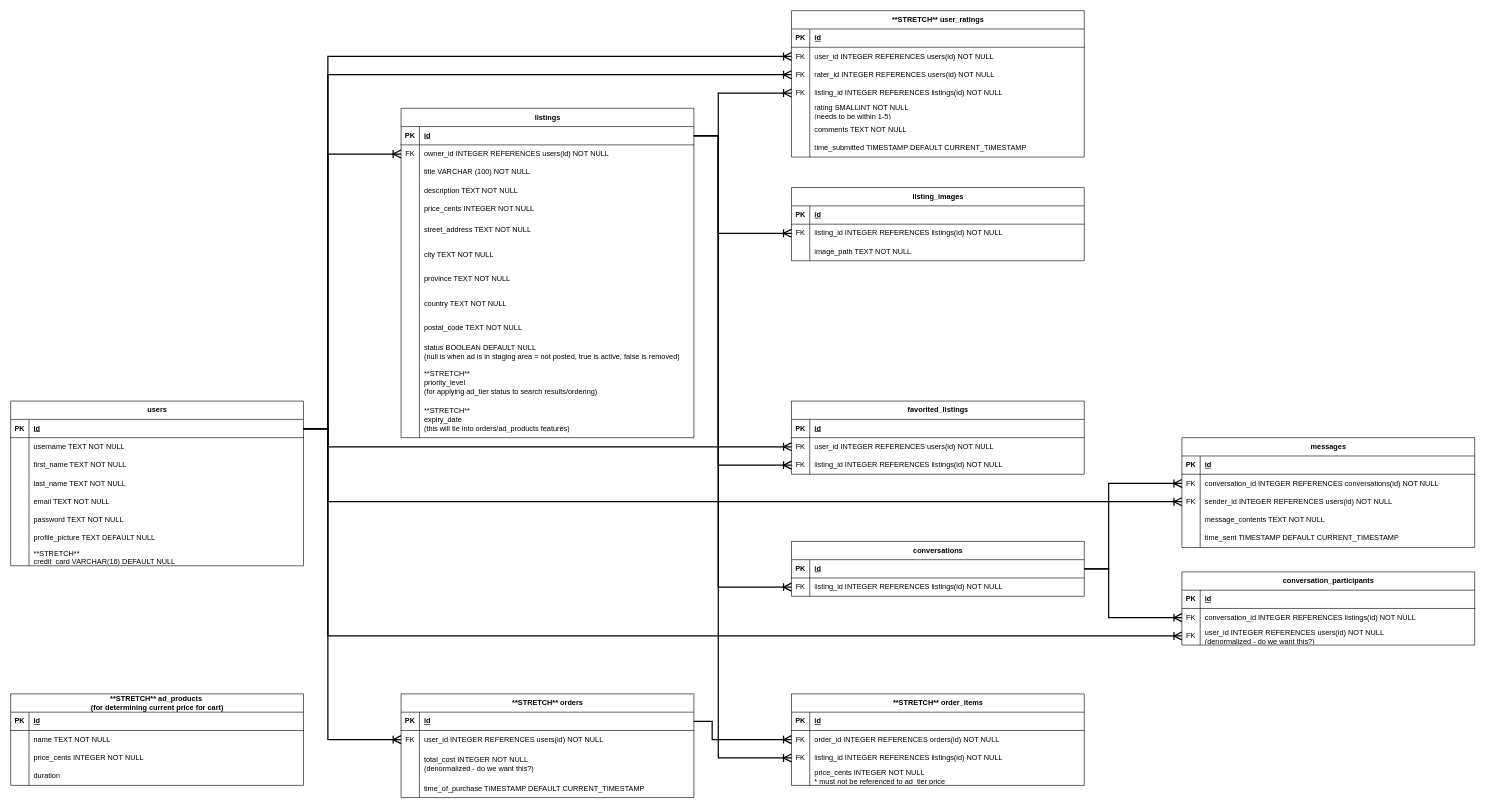
gary92gs/buySellMidterm keeps this draw.io diagram as planning/GS ERD Proposal.drawio. Above is the earlier version. Source tidied: cells renumbered, new cells numbered last; positions are measured from the earlier drawing's top-left corner, leaving out a move shared by most shapes. Both pictures are drawn from the tidied source at 61%, with x=0, y=0 at pixel (10, 10).
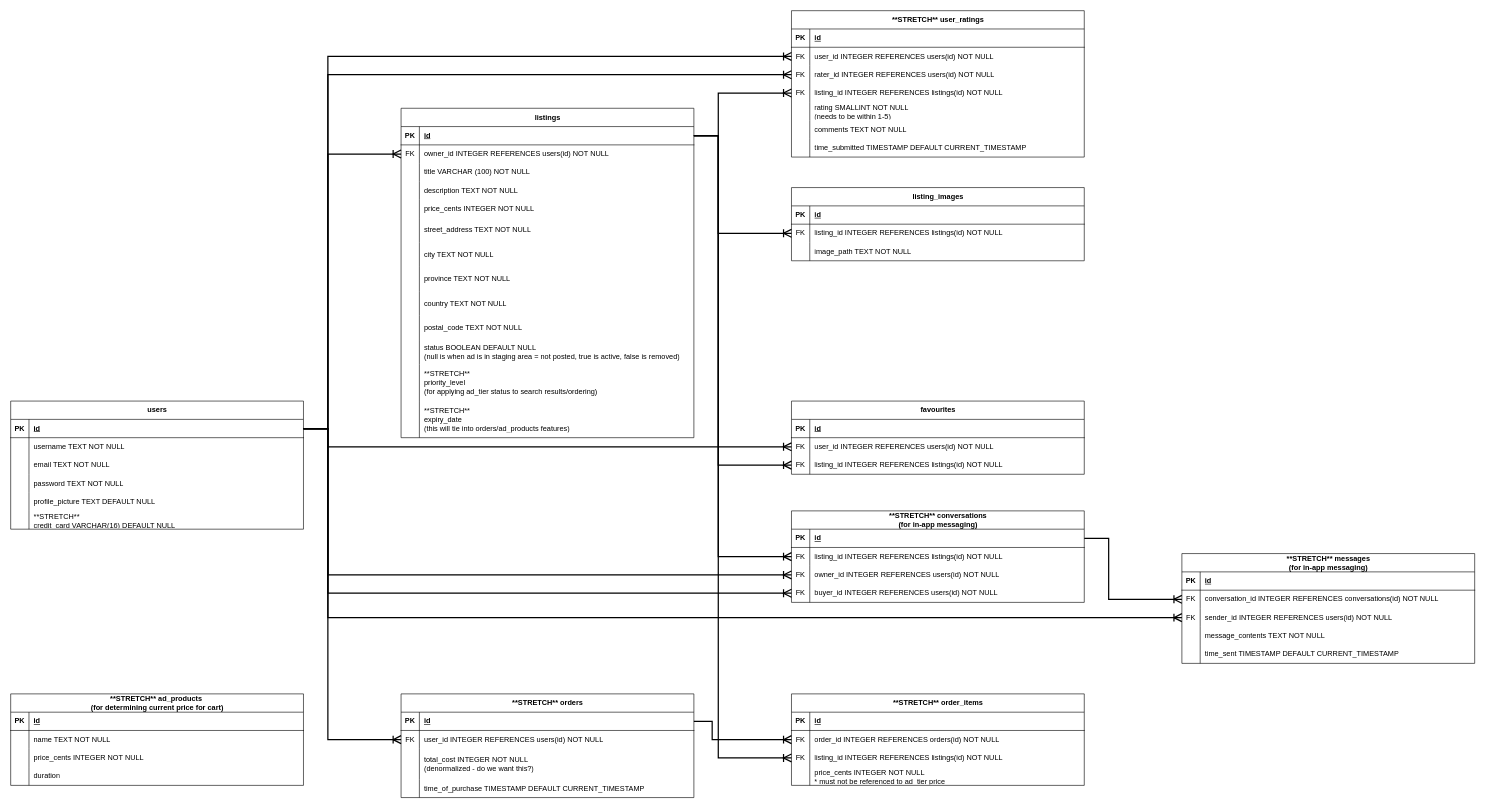
Above is the later version.

Commit message (it also covers changes not shown here):
bring updated erd files to feature/db from master

Unchanged cells that the change refers to:
```xml
<mxCell id="17" style="shape=tableRow;horizontal=0;startSize=0;swimlaneHead=0;swimlaneBody=0;fillColor=none;points=[[0,0.5],[1,0.5]];portConstraint=eastwest;top=0;left=0;right=0;bottom=1;" parent="16" vertex="1">
  <mxGeometry y="30" width="480" height="30" as="geometry" />
</mxCell>
<mxCell id="42" style="shape=tableRow;horizontal=0;startSize=0;swimlaneHead=0;swimlaneBody=0;fillColor=none;points=[[0,0.5],[1,0.5]];portConstraint=eastwest;top=0;left=0;right=0;bottom=1;" parent="41" vertex="1">
  <mxGeometry y="30" width="480" height="30" as="geometry" />
</mxCell>
<mxCell id="85" style="shape=tableRow;horizontal=0;startSize=0;swimlaneHead=0;swimlaneBody=0;fillColor=none;points=[[0,0.5],[1,0.5]];portConstraint=eastwest;top=0;left=0;right=0;bottom=0;" parent="81" vertex="1">
  <mxGeometry y="60" width="480" height="30" as="geometry" />
</mxCell>
<mxCell id="88" style="shape=tableRow;horizontal=0;startSize=0;swimlaneHead=0;swimlaneBody=0;fillColor=none;points=[[0,0.5],[1,0.5]];portConstraint=eastwest;top=0;left=0;right=0;bottom=0;" parent="81" vertex="1">
  <mxGeometry y="90" width="480" height="30" as="geometry" />
</mxCell>
<mxCell id="98" style="shape=tableRow;horizontal=0;startSize=0;swimlaneHead=0;swimlaneBody=0;fillColor=none;points=[[0,0.5],[1,0.5]];portConstraint=eastwest;top=0;left=0;right=0;bottom=1;" parent="97" vertex="1">
  <mxGeometry y="30" width="480" height="30" as="geometry" />
</mxCell>
<mxCell id="101" style="shape=tableRow;horizontal=0;startSize=0;swimlaneHead=0;swimlaneBody=0;fillColor=none;points=[[0,0.5],[1,0.5]];portConstraint=eastwest;top=0;left=0;right=0;bottom=0;" parent="97" vertex="1">
  <mxGeometry y="60" width="480" height="30" as="geometry" />
</mxCell>
```

The edit, as a diff of the source:
```diff
@@
     <mxCell id="16" value="users" style="shape=table;startSize=30;childLayout=tableLayout;rowLines=0;fontStyle=1;align=center;html=1;" parent="1" vertex="1">
-      <mxGeometry y="640" width="480" height="270" as="geometry" />
+      <mxGeometry y="640" width="480" height="210" as="geometry" />
     </mxCell>
@@
-    <mxCell id="23" style="shape=tableRow;horizontal=0;startSize=0;swimlaneHead=0;swimlaneBody=0;fillColor=none;top=0;left=0;right=0;bottom=0;" parent="16" vertex="1">
-      <mxGeometry y="90" width="480" height="30" as="geometry" />
-    </mxCell>
-    <mxCell id="24" style="shape=partialRectangle;fillColor=none;top=0;left=0;bottom=0;right=0;overflow=hidden;whiteSpace=wrap;html=1;" parent="23" vertex="1">
-      <mxGeometry width="30" height="30" as="geometry" />
-    </mxCell>
-    <mxCell id="25" value="first_name TEXT NOT NULL" style="shape=partialRectangle;fillColor=none;top=0;left=0;bottom=0;right=0;align=left;spacingLeft=6;overflow=hidden;whiteSpace=wrap;html=1;" parent="23" vertex="1">
-      <mxGeometry x="30" width="450" height="30" as="geometry" />
-    </mxCell>
-    <mxCell id="26" style="shape=tableRow;horizontal=0;startSize=0;swimlaneHead=0;swimlaneBody=0;fillColor=none;points=[[0,0.5],[1,0.5]];portConstraint=eastwest;top=0;left=0;right=0;bottom=0;" parent="16" vertex="1">
-      <mxGeometry y="120" width="480" height="30" as="geometry" />
-    </mxCell>
-    <mxCell id="27" style="shape=partialRectangle;fillColor=none;top=0;left=0;bottom=0;right=0;overflow=hidden;whiteSpace=wrap;html=1;" parent="26" vertex="1">
-      <mxGeometry width="30" height="30" as="geometry" />
-    </mxCell>
-    <mxCell id="28" value="last_name TEXT NOT NULL" style="shape=partialRectangle;fillColor=none;top=0;left=0;bottom=0;right=0;align=left;spacingLeft=6;overflow=hidden;whiteSpace=wrap;html=1;" parent="26" vertex="1">
-      <mxGeometry x="30" width="450" height="30" as="geometry" />
-    </mxCell>
     <mxCell id="29" style="shape=tableRow;horizontal=0;startSize=0;swimlaneHead=0;swimlaneBody=0;fillColor=none;top=0;left=0;right=0;bottom=0;" parent="16" vertex="1">
-      <mxGeometry y="150" width="480" height="30" as="geometry" />
+      <mxGeometry y="90" width="480" height="30" as="geometry" />
     </mxCell>
@@
     <mxCell id="32" style="shape=tableRow;horizontal=0;startSize=0;swimlaneHead=0;swimlaneBody=0;fillColor=none;top=0;left=0;right=0;bottom=0;" parent="16" vertex="1">
-      <mxGeometry y="180" width="480" height="30" as="geometry" />
+      <mxGeometry y="120" width="480" height="30" as="geometry" />
     </mxCell>
@@
     <mxCell id="35" style="shape=tableRow;horizontal=0;startSize=0;swimlaneHead=0;swimlaneBody=0;fillColor=none;top=0;left=0;right=0;bottom=0;" parent="16" vertex="1">
-      <mxGeometry y="210" width="480" height="30" as="geometry" />
+      <mxGeometry y="150" width="480" height="30" as="geometry" />
     </mxCell>
@@
     <mxCell id="38" style="shape=tableRow;horizontal=0;startSize=0;swimlaneHead=0;swimlaneBody=0;fillColor=none;top=0;left=0;right=0;bottom=0;" parent="16" vertex="1">
-      <mxGeometry y="240" width="480" height="30" as="geometry" />
+      <mxGeometry y="180" width="480" height="30" as="geometry" />
     </mxCell>
@@
-    <mxCell id="81" value="messages" style="shape=table;startSize=30;childLayout=tableLayout;rowLines=0;fontStyle=1;align=center;html=1;" parent="1" vertex="1">
-      <mxGeometry x="1920" y="700" width="480" height="180" as="geometry" />
+    <mxCell id="81" value="**STRETCH** messages&lt;br&gt;(for in-app messaging)" style="shape=table;startSize=30;childLayout=tableLayout;rowLines=0;fontStyle=1;align=center;html=1;" parent="1" vertex="1">
+      <mxGeometry x="1920" y="890" width="480" height="180" as="geometry" />
     </mxCell>
@@
-    <mxCell id="97" value="conversations" style="shape=table;startSize=30;childLayout=tableLayout;rowLines=0;fontStyle=1;align=center;html=1;" parent="1" vertex="1">
-      <mxGeometry x="1280" y="870" width="480" height="90" as="geometry" />
+    <mxCell id="97" value="**STRETCH** conversations&lt;br&gt;(for in-app messaging)" style="shape=table;startSize=30;childLayout=tableLayout;rowLines=0;fontStyle=1;align=center;html=1;" parent="1" vertex="1">
+      <mxGeometry x="1280" y="820" width="480" height="150" as="geometry" />
     </mxCell>
@@
+    <mxCell id="196" style="shape=tableRow;horizontal=0;startSize=0;swimlaneHead=0;swimlaneBody=0;fillColor=none;points=[[0,0.5],[1,0.5]];portConstraint=eastwest;top=0;left=0;right=0;bottom=0;" parent="97" vertex="1">
+      <mxGeometry y="90" width="480" height="30" as="geometry" />
+    </mxCell>
+    <mxCell id="197" value="FK" style="shape=partialRectangle;fillColor=none;top=0;left=0;bottom=0;right=0;overflow=hidden;whiteSpace=wrap;html=1;" parent="196" vertex="1">
+      <mxGeometry width="30" height="30" as="geometry" />
+    </mxCell>
+    <mxCell id="198" value="owner_id INTEGER REFERENCES users(id) NOT NULL" style="shape=partialRectangle;fillColor=none;top=0;left=0;bottom=0;right=0;align=left;spacingLeft=6;overflow=hidden;whiteSpace=wrap;html=1;" parent="196" vertex="1">
+      <mxGeometry x="30" width="450" height="30" as="geometry" />
+    </mxCell>
+    <mxCell id="26" style="shape=tableRow;horizontal=0;startSize=0;swimlaneHead=0;swimlaneBody=0;fillColor=none;points=[[0,0.5],[1,0.5]];portConstraint=eastwest;top=0;left=0;right=0;bottom=0;" parent="97" vertex="1">
+      <mxGeometry y="120" width="480" height="30" as="geometry" />
+    </mxCell>
+    <mxCell id="199" value="FK" style="shape=partialRectangle;fillColor=none;top=0;left=0;bottom=0;right=0;overflow=hidden;whiteSpace=wrap;html=1;" parent="26" vertex="1">
+      <mxGeometry width="30" height="30" as="geometry" />
+    </mxCell>
+    <mxCell id="200" value="buyer_id INTEGER REFERENCES users(id) NOT NULL" style="shape=partialRectangle;fillColor=none;top=0;left=0;bottom=0;right=0;align=left;spacingLeft=6;overflow=hidden;whiteSpace=wrap;html=1;" parent="26" vertex="1">
+      <mxGeometry x="30" width="450" height="30" as="geometry" />
+    </mxCell>
@@
     <mxCell id="140" style="edgeStyle=orthogonalEdgeStyle;fontSize=12;html=1;endArrow=ERoneToMany;rounded=0;strokeWidth=2;endSize=10;exitX=1;exitY=0.5;exitDx=0;exitDy=0;entryX=0;entryY=0.5;entryDx=0;entryDy=0;" parent="1" edge="1" source="17" target="88">
       <mxGeometry relative="1" as="geometry">
         <Array as="points">
           <mxPoint x="520" y="685" />
-          <mxPoint x="520" y="805" />
+          <mxPoint x="520" y="995" />
         </Array>
       </mxGeometry>
     </mxCell>
@@
     <mxCell id="142" style="edgeStyle=orthogonalEdgeStyle;fontSize=12;html=1;endArrow=ERoneToMany;rounded=0;strokeWidth=2;endSize=10;exitX=1;exitY=0.5;exitDx=0;exitDy=0;entryX=0;entryY=0.5;entryDx=0;entryDy=0;" parent="1" edge="1" source="42" target="101">
       <mxGeometry relative="1" as="geometry">
         <Array as="points">
           <mxPoint x="1160" y="205" />
-          <mxPoint x="1160" y="945" />
+          <mxPoint x="1160" y="895" />
         </Array>
       </mxGeometry>
     </mxCell>
     <mxCell id="143" style="edgeStyle=orthogonalEdgeStyle;fontSize=12;html=1;endArrow=ERoneToMany;rounded=0;strokeWidth=2;endSize=10;exitX=1;exitY=0.5;exitDx=0;exitDy=0;entryX=0;entryY=0.5;entryDx=0;entryDy=0;" parent="1" edge="1" source="98" target="85">
       <mxGeometry relative="1" as="geometry">
         <Array as="points">
-          <mxPoint x="1800" y="915" />
-          <mxPoint x="1800" y="775" />
+          <mxPoint x="1800" y="865" />
+          <mxPoint x="1800" y="965" />
         </Array>
       </mxGeometry>
     </mxCell>
-    <mxCell id="144" value="conversation_participants" style="shape=table;startSize=30;childLayout=tableLayout;rowLines=0;fontStyle=1;align=center;html=1;" parent="1" vertex="1">
-      <mxGeometry x="1920" y="920" width="480" height="120" as="geometry" />
-    </mxCell>
-    <mxCell id="145" style="shape=tableRow;horizontal=0;startSize=0;swimlaneHead=0;swimlaneBody=0;fillColor=none;top=0;left=0;right=0;bottom=1;" parent="144" vertex="1">
-      <mxGeometry y="30" width="480" height="30" as="geometry" />
-    </mxCell>
-    <mxCell id="146" value="PK" style="shape=partialRectangle;fillColor=none;top=0;left=0;bottom=0;right=0;fontStyle=1;overflow=hidden;whiteSpace=wrap;html=1;" parent="145" vertex="1">
-      <mxGeometry width="30" height="30" as="geometry" />
-    </mxCell>
-    <mxCell id="147" value="id" style="shape=partialRectangle;fillColor=none;top=0;left=0;bottom=0;right=0;align=left;spacingLeft=6;fontStyle=5;overflow=hidden;whiteSpace=wrap;html=1;" parent="145" vertex="1">
-      <mxGeometry x="30" width="450" height="30" as="geometry" />
-    </mxCell>
-    <mxCell id="148" style="shape=tableRow;horizontal=0;startSize=0;swimlaneHead=0;swimlaneBody=0;fillColor=none;points=[[0,0.5],[1,0.5]];portConstraint=eastwest;top=0;left=0;right=0;bottom=0;" parent="144" vertex="1">
-      <mxGeometry y="60" width="480" height="30" as="geometry" />
-    </mxCell>
-    <mxCell id="149" value="FK" style="shape=partialRectangle;fillColor=none;top=0;left=0;bottom=0;right=0;overflow=hidden;whiteSpace=wrap;html=1;" parent="148" vertex="1">
-      <mxGeometry width="30" height="30" as="geometry" />
-    </mxCell>
-    <mxCell id="150" value="conversation_id INTEGER REFERENCES listings(id) NOT NULL" style="shape=partialRectangle;fillColor=none;top=0;left=0;bottom=0;right=0;align=left;spacingLeft=6;overflow=hidden;whiteSpace=wrap;html=1;" parent="148" vertex="1">
-      <mxGeometry x="30" width="450" height="30" as="geometry" />
-    </mxCell>
-    <mxCell id="151" style="shape=tableRow;horizontal=0;startSize=0;swimlaneHead=0;swimlaneBody=0;fillColor=none;points=[[0,0.5],[1,0.5]];portConstraint=eastwest;top=0;left=0;right=0;bottom=0;" parent="144" vertex="1">
-      <mxGeometry y="90" width="480" height="30" as="geometry" />
-    </mxCell>
-    <mxCell id="152" value="FK" style="shape=partialRectangle;fillColor=none;top=0;left=0;bottom=0;right=0;overflow=hidden;whiteSpace=wrap;html=1;" parent="151" vertex="1">
-      <mxGeometry width="30" height="30" as="geometry" />
-    </mxCell>
-    <mxCell id="153" value="user_id INTEGER REFERENCES users(id) NOT NULL&lt;br&gt;(denormalized - do we want this?)" style="shape=partialRectangle;fillColor=none;top=0;left=0;bottom=0;right=0;align=left;spacingLeft=6;overflow=hidden;whiteSpace=wrap;html=1;" parent="151" vertex="1">
-      <mxGeometry x="30" width="450" height="30" as="geometry" />
-    </mxCell>
-    <mxCell id="154" style="edgeStyle=orthogonalEdgeStyle;fontSize=12;html=1;endArrow=ERoneToMany;rounded=0;strokeWidth=2;endSize=10;exitX=1;exitY=0.5;exitDx=0;exitDy=0;entryX=0;entryY=0.5;entryDx=0;entryDy=0;" parent="1" edge="1" source="17" target="151">
-      <mxGeometry relative="1" as="geometry">
-        <Array as="points">
-          <mxPoint x="520" y="685" />
-          <mxPoint x="520" y="1025" />
-        </Array>
-      </mxGeometry>
-    </mxCell>
-    <mxCell id="155" style="edgeStyle=orthogonalEdgeStyle;fontSize=12;html=1;endArrow=ERoneToMany;rounded=0;strokeWidth=2;endSize=10;exitX=1;exitY=0.5;exitDx=0;exitDy=0;entryX=0;entryY=0.5;entryDx=0;entryDy=0;" parent="1" edge="1" source="98" target="148">
-      <mxGeometry relative="1" as="geometry">
-        <Array as="points">
-          <mxPoint x="1800" y="915" />
-          <mxPoint x="1800" y="995" />
-        </Array>
-      </mxGeometry>
-    </mxCell>
@@
-    <mxCell id="159" value="favorited_listings" style="shape=table;startSize=30;childLayout=tableLayout;rowLines=0;fontStyle=1;align=center;html=1;" parent="1" vertex="1">
+    <mxCell id="159" value="favourites" style="shape=table;startSize=30;childLayout=tableLayout;rowLines=0;fontStyle=1;align=center;html=1;" parent="1" vertex="1">
       <mxGeometry x="1280" y="640" width="480" height="120" as="geometry" />
     </mxCell>
@@
+    <mxCell id="201" style="edgeStyle=orthogonalEdgeStyle;fontSize=12;html=1;endArrow=ERoneToMany;rounded=0;strokeWidth=2;endSize=10;exitX=1;exitY=0.5;exitDx=0;exitDy=0;entryX=0;entryY=0.5;entryDx=0;entryDy=0;" parent="1" edge="1" source="17" target="196">
+      <mxGeometry relative="1" as="geometry">
+        <Array as="points">
+          <mxPoint x="520" y="685" />
+          <mxPoint x="520" y="925" />
+        </Array>
+      </mxGeometry>
+    </mxCell>
+    <mxCell id="202" style="edgeStyle=orthogonalEdgeStyle;fontSize=12;html=1;endArrow=ERoneToMany;rounded=0;strokeWidth=2;endSize=10;exitX=1;exitY=0.5;exitDx=0;exitDy=0;entryX=0;entryY=0.5;entryDx=0;entryDy=0;" parent="1" edge="1" source="17" target="26">
+      <mxGeometry relative="1" as="geometry">
+        <Array as="points">
+          <mxPoint x="520" y="685" />
+          <mxPoint x="520" y="955" />
+        </Array>
+      </mxGeometry>
+    </mxCell>
```
